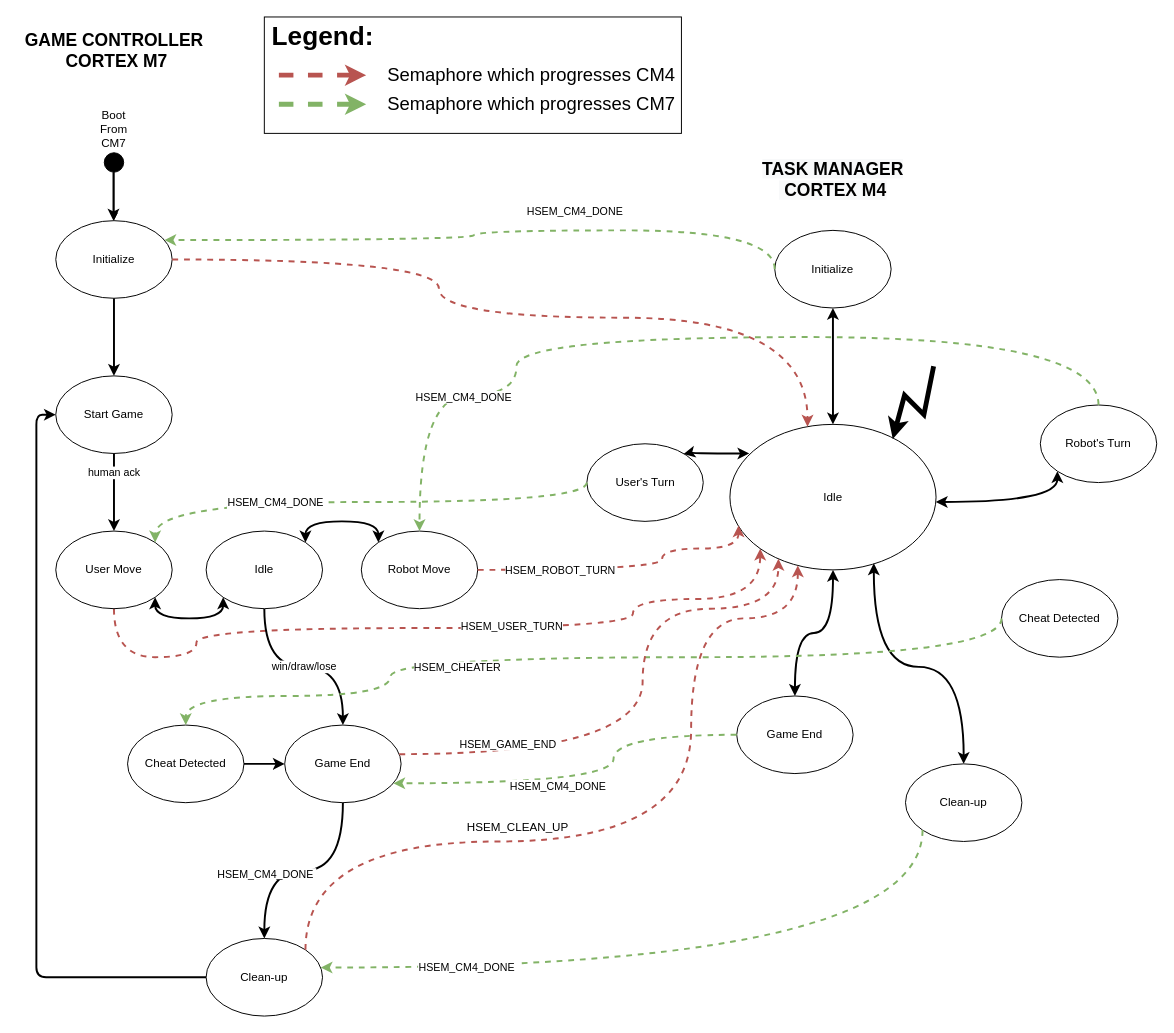
Above: page "Diagram" (4 of 4) of 4. Diagrams/System/GameController-CM7 TaskManager-CM4.drawio in BorIvanov/Documents (draw.io), before the change. Source tidied: cells renumbered, new cells numbered last; positions are measured from the earlier drawing's top-left corner, leaving out a move shared by most shapes. Both pictures are drawn from the tidied source at 97%, with x=0, y=0 at pixel (16, 16).
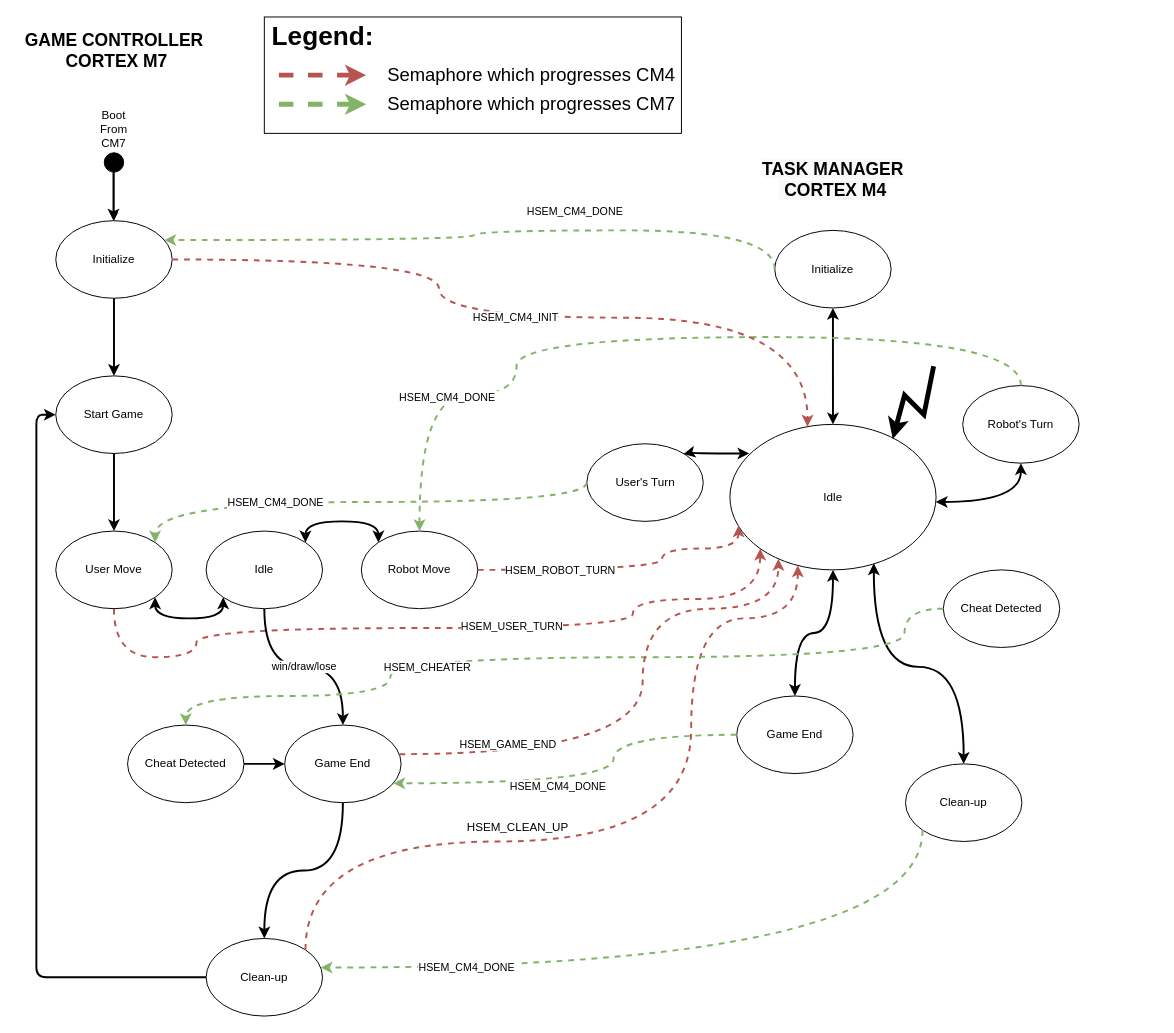
After the change.

Unchanged cells that the change refers to:
```xml
<mxCell id="4" value="Start Game" style="ellipse;whiteSpace=wrap;html=1;" parent="1" vertex="1">
  <mxGeometry x="40" y="370" width="120" height="80" as="geometry" />
</mxCell>
<mxCell id="6" value="Initialize" style="ellipse;whiteSpace=wrap;html=1;" parent="1" vertex="1">
  <mxGeometry x="40" y="210" width="120" height="80" as="geometry" />
</mxCell>
<mxCell id="9" value="User Move" style="ellipse;whiteSpace=wrap;html=1;" parent="1" vertex="1">
  <mxGeometry x="40" y="530" width="120" height="80" as="geometry" />
</mxCell>
<mxCell id="10" value="Robot Move" style="ellipse;whiteSpace=wrap;html=1;" parent="1" vertex="1">
  <mxGeometry x="355" y="530" width="120" height="80" as="geometry" />
</mxCell>
<mxCell id="12" value="Clean-up" style="ellipse;whiteSpace=wrap;html=1;" parent="1" vertex="1">
  <mxGeometry x="195" y="950" width="120" height="80" as="geometry" />
</mxCell>
<mxCell id="14" value="Cheat Detected&lt;br&gt;" style="ellipse;whiteSpace=wrap;html=1;" parent="1" vertex="1">
  <mxGeometry x="114" y="730" width="120" height="80" as="geometry" />
</mxCell>
<mxCell id="16" value="Game End&lt;br&gt;" style="ellipse;whiteSpace=wrap;html=1;" parent="1" vertex="1">
  <mxGeometry x="276" y="730" width="120" height="80" as="geometry" />
</mxCell>
<mxCell id="30" value="Idle" style="ellipse;whiteSpace=wrap;html=1;fillColor=#FFFFFF;" parent="1" vertex="1">
  <mxGeometry x="735" y="420" width="212.5" height="150" as="geometry" />
</mxCell>
```

What changed in the source:
```diff
@@
-    <mxCell id="3" value="human ack" style="edgeStyle=orthogonalEdgeStyle;rounded=0;jettySize=auto;html=1;exitX=0.5;exitY=1;exitDx=0;exitDy=0;entryX=0.5;entryY=0;entryDx=0;entryDy=0;strokeWidth=2;" parent="1" edge="1" source="4" target="9">
-      <mxGeometry x="-0.5" relative="1" as="geometry" />
+    <mxCell id="3" style="edgeStyle=orthogonalEdgeStyle;curved=1;jettySize=auto;html=1;strokeWidth=2;" parent="1" edge="1" source="4" target="9">
+      <mxGeometry relative="1" as="geometry" />
     </mxCell>
@@
-    <mxCell id="15" style="edgeStyle=orthogonalEdgeStyle;curved=1;rounded=0;jettySize=auto;html=1;exitX=0.5;exitY=1;exitDx=0;exitDy=0;startArrow=none;startFill=0;strokeWidth=2;" parent="1" edge="1" source="16" target="12">
+    <mxCell id="15" style="edgeStyle=orthogonalEdgeStyle;jettySize=auto;html=1;exitX=0.5;exitY=1;exitDx=0;exitDy=0;entryX=0.5;entryY=0;entryDx=0;entryDy=0;strokeWidth=2;curved=1;" parent="1" edge="1" source="16" target="12">
       <mxGeometry relative="1" as="geometry" />
     </mxCell>
@@
-    <mxCell id="27" style="edgeStyle=orthogonalEdgeStyle;curved=1;rounded=0;jettySize=auto;html=1;elbow=vertical;strokeWidth=2;entryX=0;entryY=1;entryDx=0;entryDy=0;startArrow=classic;startFill=1;" parent="1" edge="1" source="30" target="28">
+    <mxCell id="27" style="edgeStyle=orthogonalEdgeStyle;curved=1;rounded=0;jettySize=auto;html=1;elbow=vertical;strokeWidth=2;entryX=0.5;entryY=1;entryDx=0;entryDy=0;startArrow=classic;startFill=1;" parent="1" edge="1" source="30" target="28">
       <mxGeometry relative="1" as="geometry">
         <Array as="points">
-          <mxPoint x="1073" y="500" />
+          <mxPoint x="1035" y="500" />
         </Array>
       </mxGeometry>
     </mxCell>
     <mxCell id="28" value="Robot's Turn" style="ellipse;whiteSpace=wrap;html=1;" parent="1" vertex="1">
-      <mxGeometry x="1055" y="400" width="120" height="80" as="geometry" />
+      <mxGeometry x="975" y="380" width="120" height="80" as="geometry" />
     </mxCell>
@@
     <mxCell id="33" value="Cheat Detected" style="ellipse;whiteSpace=wrap;html=1;" parent="1" vertex="1">
-      <mxGeometry x="1015" y="580" width="120" height="80" as="geometry" />
+      <mxGeometry x="955" y="570" width="120" height="80" as="geometry" />
     </mxCell>
@@
     <mxCell id="42" style="edgeStyle=orthogonalEdgeStyle;curved=1;rounded=0;jettySize=auto;html=1;exitX=0.5;exitY=0;exitDx=0;exitDy=0;entryX=0.5;entryY=0;entryDx=0;entryDy=0;dashed=1;elbow=vertical;fillColor=#d5e8d4;strokeColor=#82b366;strokeWidth=2;" parent="1" edge="1" source="28" target="10">
       <mxGeometry relative="1" as="geometry">
         <Array as="points">
-          <mxPoint x="1115" y="330" />
+          <mxPoint x="1035" y="330" />
           <mxPoint x="515" y="330" />
           <mxPoint x="515" y="390" />
           <mxPoint x="415" y="390" />
         </Array>
       </mxGeometry>
     </mxCell>
@@
-    <mxCell id="44" style="edgeStyle=orthogonalEdgeStyle;rounded=0;jettySize=auto;html=1;exitX=1;exitY=0.5;exitDx=0;exitDy=0;dashed=1;fillColor=#f8cecc;strokeColor=#b85450;strokeWidth=2;startArrow=none;curved=1;" parent="1" edge="1" source="6" target="30">
+    <mxCell id="44" value="HSEM_CM4_INIT" style="edgeStyle=orthogonalEdgeStyle;rounded=0;jettySize=auto;html=1;exitX=1;exitY=0.5;exitDx=0;exitDy=0;dashed=1;fillColor=#f8cecc;strokeColor=#b85450;strokeWidth=2;startArrow=none;curved=1;" parent="1" edge="1" source="6" target="30">
       <mxGeometry relative="1" as="geometry">
         <Array as="points">
           <mxPoint x="435" y="250" />
           <mxPoint x="435" y="310" />
           <mxPoint x="815" y="310" />
         </Array>
       </mxGeometry>
     </mxCell>
@@
     <mxCell id="49" style="edgeStyle=orthogonalEdgeStyle;curved=1;rounded=0;jettySize=auto;html=1;exitX=0;exitY=0.5;exitDx=0;exitDy=0;dashed=1;fontColor=#FF0000;elbow=vertical;fillColor=#d5e8d4;strokeColor=#82b366;strokeWidth=2;entryX=0.5;entryY=0;entryDx=0;entryDy=0;" parent="1" edge="1" source="33" target="14">
       <mxGeometry x="-0.32" y="-10" relative="1" as="geometry">
         <Array as="points">
-          <mxPoint x="1015" y="660" />
+          <mxPoint x="915" y="610" />
+          <mxPoint x="915" y="660" />
           <mxPoint x="385" y="660" />
           <mxPoint x="385" y="700" />
           <mxPoint x="174" y="700" />
         </Array>
       </mxGeometry>
     </mxCell>
@@
-    <mxCell id="57" value="&lt;span style=&quot;color: rgb(0 , 0 , 0) ; font-size: 11px ; text-align: center ; background-color: rgb(255 , 255 , 255)&quot;&gt;HSEM_CM4_DONE&amp;nbsp;&lt;/span&gt;" style="text;whiteSpace=wrap;html=1;fontColor=#FF3333;" parent="1" vertex="1">
-      <mxGeometry x="205" y="870" width="100" height="60" as="geometry" />
-    </mxCell>
```
